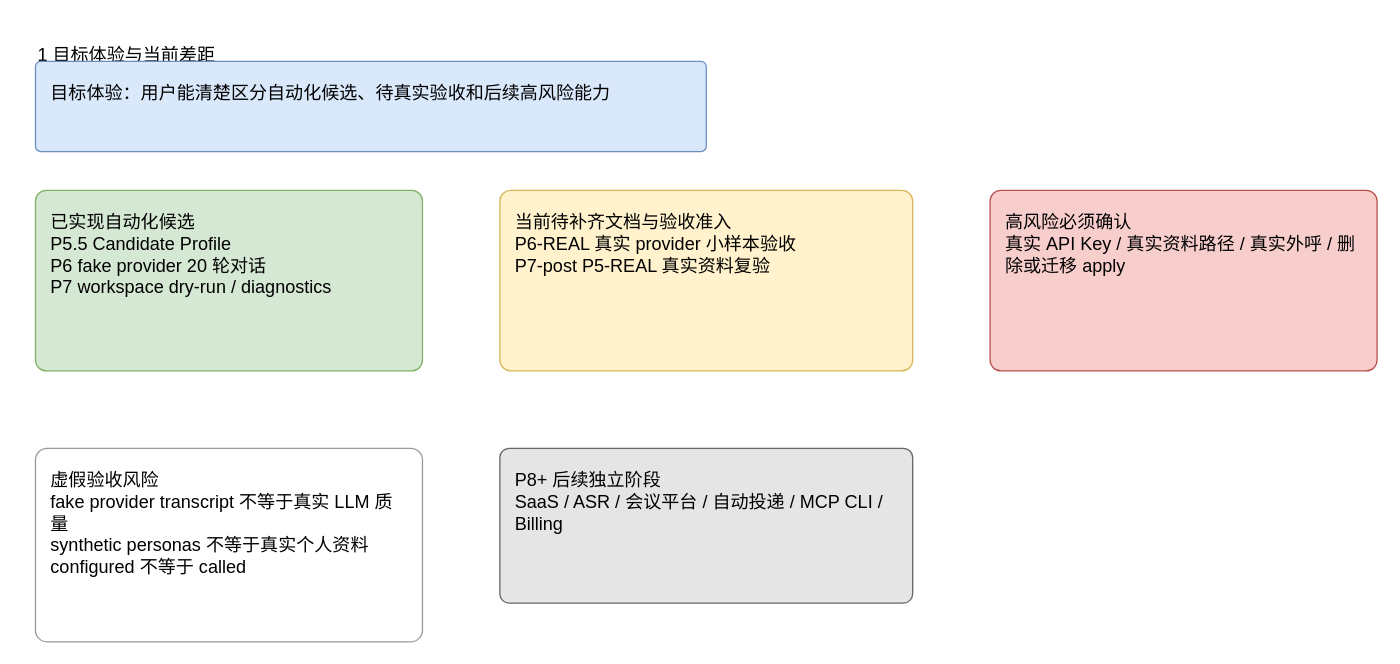
ljx418/interview_service keeps this draw.io diagram as page "1 目标体验与当前差距" (1 of 6) of docs/active/jobpilot-stage-gap-and-acceptance.drawio. Above is the earlier version. Source tidied: cells renumbered, new cells numbered last; positions are measured from the earlier drawing's top-left corner, leaving out a move shared by most shapes. Both pictures are drawn from the tidied source at 129%, with x=0, y=0 at pixel (22, 22).
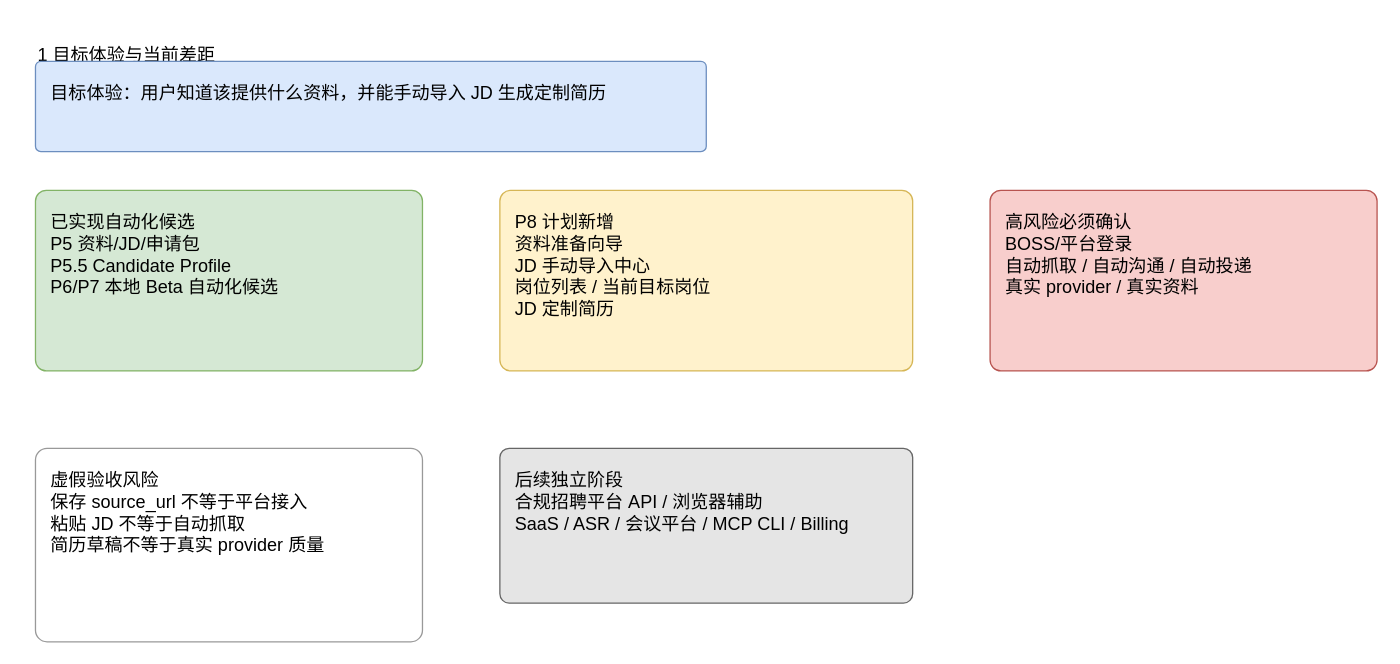
The same diagram, later.

The edit, as a diff of the source:
```diff
@@
 <mxGraphModel>
   <root>
     <mxCell id="0" />
     <mxCell id="1" parent="0" />
     <mxCell id="2" value="1 目标体验与当前差距" style="rounded=1;whiteSpace=wrap;html=1;fillColor=#ffffff;strokeColor=#ffffff;fontSize=14;align=left;verticalAlign=top;spacing=12;arcSize=6;" parent="1" vertex="1">
       <mxGeometry width="500" height="40" as="geometry" />
     </mxCell>
-    <mxCell id="3" value="目标体验：用户能清楚区分自动化候选、待真实验收和后续高风险能力" style="rounded=1;whiteSpace=wrap;html=1;fillColor=#dae8fc;strokeColor=#6c8ebf;fontSize=14;align=left;verticalAlign=top;spacing=12;arcSize=6;" parent="1" vertex="1">
+    <mxCell id="3" value="目标体验：用户知道该提供什么资料，并能手动导入 JD 生成定制简历" style="rounded=1;whiteSpace=wrap;html=1;fillColor=#dae8fc;strokeColor=#6c8ebf;fontSize=14;align=left;verticalAlign=top;spacing=12;arcSize=6;" parent="1" vertex="1">
       <mxGeometry x="10" y="30" width="520" height="70" as="geometry" />
     </mxCell>
-    <mxCell id="4" value="已实现自动化候选&lt;br&gt;P5.5 Candidate Profile&lt;br&gt;P6 fake provider 20 轮对话&lt;br&gt;P7 workspace dry-run / diagnostics" style="rounded=1;whiteSpace=wrap;html=1;fillColor=#d5e8d4;strokeColor=#82b366;fontSize=14;align=left;verticalAlign=top;spacing=12;arcSize=6;" parent="1" vertex="1">
+    <mxCell id="4" value="已实现自动化候选&lt;br&gt;P5 资料/JD/申请包&lt;br&gt;P5.5 Candidate Profile&lt;br&gt;P6/P7 本地 Beta 自动化候选" style="rounded=1;whiteSpace=wrap;html=1;fillColor=#d5e8d4;strokeColor=#82b366;fontSize=14;align=left;verticalAlign=top;spacing=12;arcSize=6;" parent="1" vertex="1">
       <mxGeometry x="10" y="130" width="300" height="140" as="geometry" />
     </mxCell>
-    <mxCell id="5" value="当前待补齐文档与验收准入&lt;br&gt;P6-REAL 真实 provider 小样本验收&lt;br&gt;P7-post P5-REAL 真实资料复验" style="rounded=1;whiteSpace=wrap;html=1;fillColor=#fff2cc;strokeColor=#d6b656;fontSize=14;align=left;verticalAlign=top;spacing=12;arcSize=6;" parent="1" vertex="1">
+    <mxCell id="5" value="P8 计划新增&lt;br&gt;资料准备向导&lt;br&gt;JD 手动导入中心&lt;br&gt;岗位列表 / 当前目标岗位&lt;br&gt;JD 定制简历" style="rounded=1;whiteSpace=wrap;html=1;fillColor=#fff2cc;strokeColor=#d6b656;fontSize=14;align=left;verticalAlign=top;spacing=12;arcSize=6;" parent="1" vertex="1">
       <mxGeometry x="370" y="130" width="320" height="140" as="geometry" />
     </mxCell>
-    <mxCell id="6" value="高风险必须确认&lt;br&gt;真实 API Key / 真实资料路径 / 真实外呼 / 删除或迁移 apply" style="rounded=1;whiteSpace=wrap;html=1;fillColor=#f8cecc;strokeColor=#b85450;fontSize=14;align=left;verticalAlign=top;spacing=12;arcSize=6;" parent="1" vertex="1">
+    <mxCell id="6" value="高风险必须确认&lt;br&gt;BOSS/平台登录&lt;br&gt;自动抓取 / 自动沟通 / 自动投递&lt;br&gt;真实 provider / 真实资料" style="rounded=1;whiteSpace=wrap;html=1;fillColor=#f8cecc;strokeColor=#b85450;fontSize=14;align=left;verticalAlign=top;spacing=12;arcSize=6;" parent="1" vertex="1">
       <mxGeometry x="750" y="130" width="300" height="140" as="geometry" />
     </mxCell>
-    <mxCell id="7" value="P8+ 后续独立阶段&lt;br&gt;SaaS / ASR / 会议平台 / 自动投递 / MCP CLI / Billing" style="rounded=1;whiteSpace=wrap;html=1;fillColor=#e5e5e5;strokeColor=#666666;fontSize=14;align=left;verticalAlign=top;spacing=12;arcSize=6;" parent="1" vertex="1">
+    <mxCell id="7" value="后续独立阶段&lt;br&gt;合规招聘平台 API / 浏览器辅助&lt;br&gt;SaaS / ASR / 会议平台 / MCP CLI / Billing" style="rounded=1;whiteSpace=wrap;html=1;fillColor=#e5e5e5;strokeColor=#666666;fontSize=14;align=left;verticalAlign=top;spacing=12;arcSize=6;" parent="1" vertex="1">
       <mxGeometry x="370" y="330" width="320" height="120" as="geometry" />
     </mxCell>
-    <mxCell id="8" value="虚假验收风险&lt;br&gt;fake provider transcript 不等于真实 LLM 质量&lt;br&gt;synthetic personas 不等于真实个人资料&lt;br&gt;configured 不等于 called" style="rounded=1;whiteSpace=wrap;html=1;fillColor=#ffffff;strokeColor=#999999;fontSize=14;align=left;verticalAlign=top;spacing=12;arcSize=6;" parent="1" vertex="1">
+    <mxCell id="8" value="虚假验收风险&lt;br&gt;保存 source_url 不等于平台接入&lt;br&gt;粘贴 JD 不等于自动抓取&lt;br&gt;简历草稿不等于真实 provider 质量" style="rounded=1;whiteSpace=wrap;html=1;fillColor=#ffffff;strokeColor=#999999;fontSize=14;align=left;verticalAlign=top;spacing=12;arcSize=6;" parent="1" vertex="1">
       <mxGeometry x="10" y="330" width="300" height="150" as="geometry" />
     </mxCell>
   </root>
 </mxGraphModel>
```
